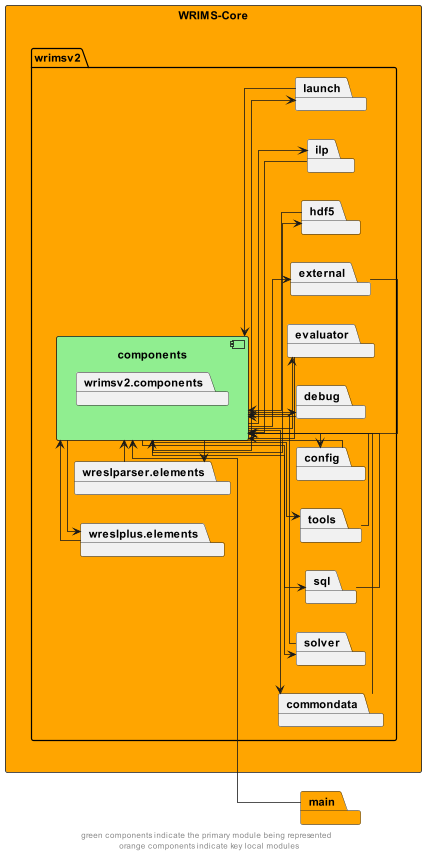
This is docs/diagrams/wrims-core/wrims-core_components.png from CentralValleyModeling/wrims, a PlantUML export, as it was before one commit. Its diagram source:
```plantuml
@startuml
left to right direction
skinparam linetype ortho
rectangle wrims_core as "WRIMS-Core" #orange {
    package wrimsv2 {
        component components #lightgreen {
            package wrimsv2.components
        }
        package commondata
        package wreslparser.elements
        package wreslplus.elements
        package solver
        package sql
        package tools
        package config
        package debug
        package evaluator
        package external
        package hdf5
        package ilp
        package launch
    }
}
package main #orange

components --> commondata
commondata --> components

components --> config
config --> components

components --> debug
debug --> components

components --> evaluator
evaluator --> components

components --> external
external --> components

components --> hdf5
hdf5 --> components

components --> ilp
ilp --> components

components --> launch
launch --> components

components --> solver
solver --> components

components --> sql
sql --> components

components --> tools
tools --> components

components --> wreslparser.elements
wreslparser.elements --> components

components --> wreslplus.elements
wreslplus.elements --> components


main -right-> components


main -up[hidden]-> wrims_core
wreslparser.elements -left[hidden]-> components
wreslplus.elements -left[hidden]-> components
footer "green components indicate the primary module being represented \n orange components indicate key local modules"
@enduml
```
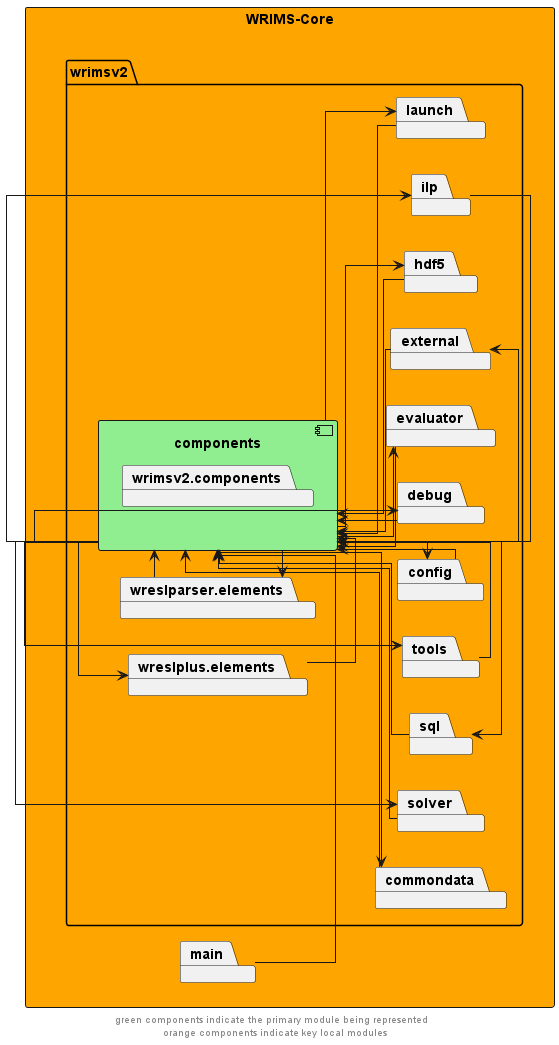
The same diagram one commit later.

What changed in the source:
```diff
@@ -20,8 +20,8 @@
         package ilp
         package launch
     }
+package main
 }
-package main #orange
 
 components --> commondata
 commondata --> components
```
